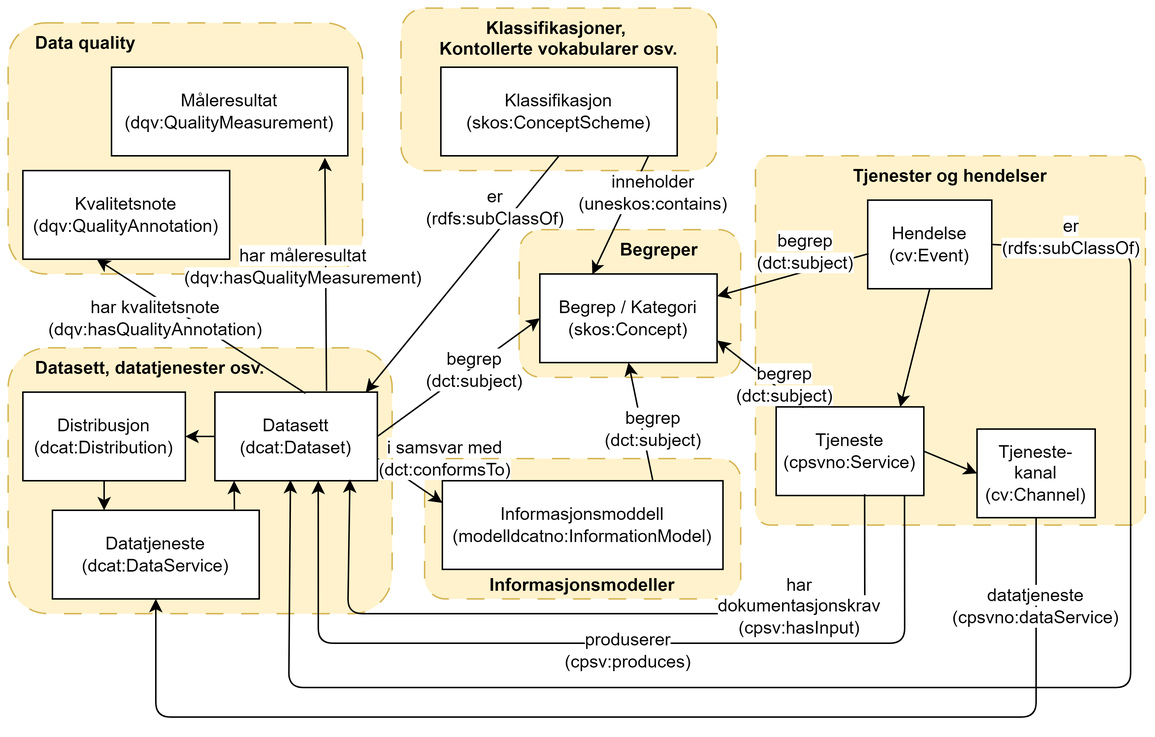
Informasjonsforvaltning/showroom keeps this draw.io diagram as overview/images/crossreferencing-nb.png. Above is the earlier version. Source tidied: cells renumbered, new cells last; positions are measured from the earlier drawing's top-left corner, leaving out a move shared by most shapes.
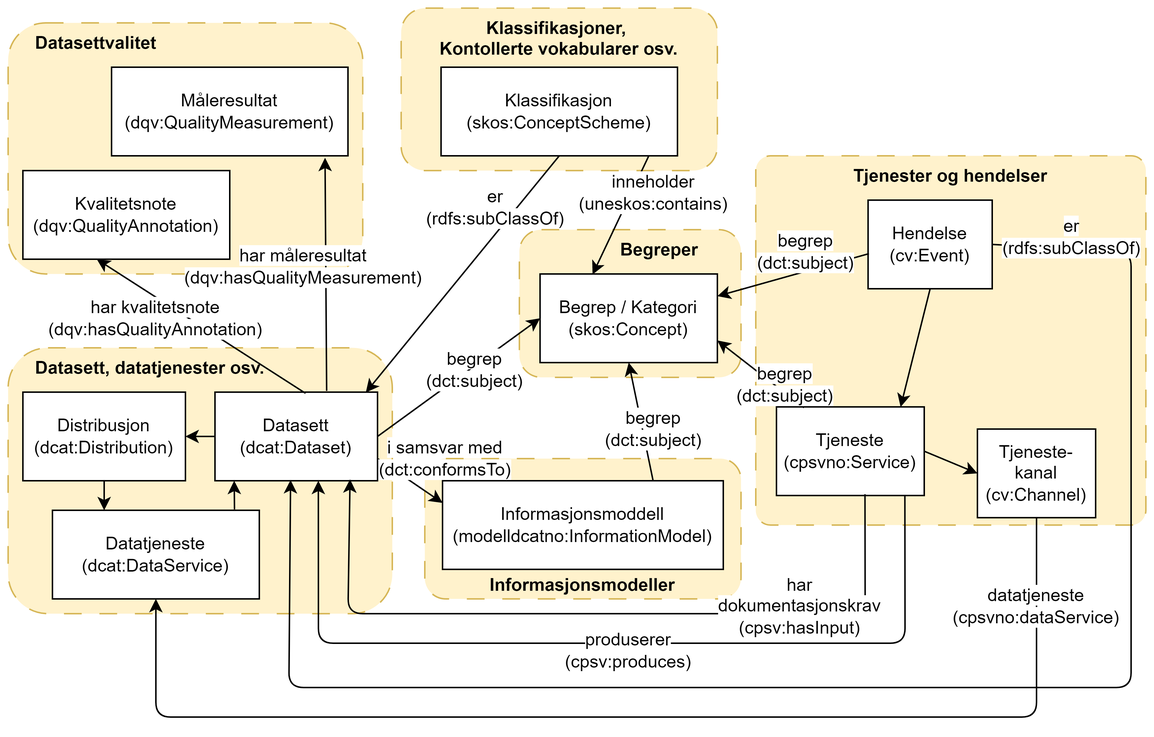
After the commit.

Change to the diagram source:
```diff
@@ -148,7 +148,7 @@
     <mxCell id="42" value="&lt;span style=&quot;background-color: rgb(255, 255, 255);&quot;&gt;datatjeneste&lt;br&gt;(cpsvno:dataService)&lt;/span&gt;" style="text;html=1;strokeColor=none;fillColor=none;align=center;verticalAlign=middle;whiteSpace=wrap;rounded=0;labelBackgroundColor=none;" parent="1" vertex="1">
       <mxGeometry x="666" y="390" width="60" height="30" as="geometry" />
     </mxCell>
-    <mxCell id="43" value="&lt;b&gt;&amp;nbsp; &amp;nbsp; &amp;nbsp;Data quality&lt;/b&gt;" style="rounded=1;whiteSpace=wrap;html=1;dashed=1;dashPattern=12 12;verticalAlign=top;labelBackgroundColor=none;fillColor=#fff2cc;strokeColor=#d6b656;align=left;" parent="1" vertex="1">
+    <mxCell id="43" value="&lt;b&gt;&amp;nbsp; &amp;nbsp; &amp;nbsp;Datasettvalitet&lt;/b&gt;" style="rounded=1;whiteSpace=wrap;html=1;dashed=1;dashPattern=12 12;verticalAlign=top;labelBackgroundColor=none;fillColor=#fff2cc;strokeColor=#d6b656;align=left;" parent="1" vertex="1">
       <mxGeometry y="10" width="240" height="170" as="geometry" />
     </mxCell>
     <mxCell id="44" value="Måleresultat&lt;br&gt;(dqv:QualityMeasurement)" style="rounded=0;whiteSpace=wrap;html=1;" parent="1" vertex="1">
```
